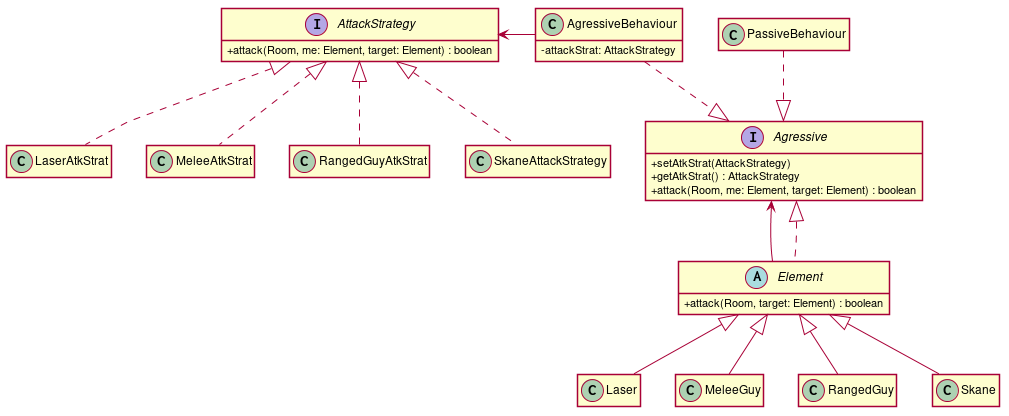
This is docs/uml/attack_strategy.png from JoaoCostaIFG/LPOO, a PlantUML export, as it was before one commit.
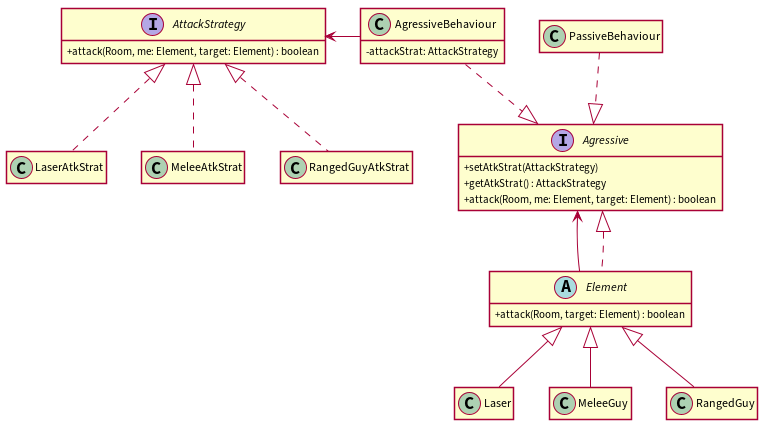
The same diagram one commit later.

What changed in the source:
```diff
@@ -24,7 +24,6 @@
 class Laser {}
 class MeleeGuy {}
 class RangedGuy {}
-class Skane {}
 
 
 interface AttackStrategy {
@@ -34,7 +33,6 @@
 class LaserAtkStrat {}
 class MeleeAtkStrat {}
 class RangedGuyAtkStrat {}
-class SkaneAttackStrategy {}
 
 
 AgressiveBehaviour .down.^ Agressive
@@ -46,12 +44,10 @@
 Laser -up-^ Element
 MeleeGuy -up-^ Element
 RangedGuy -up-^ Element
-Skane -up-^ Element
 
 LaserAtkStrat .up.^ AttackStrategy
 MeleeAtkStrat .up.^ AttackStrategy
 RangedGuyAtkStrat .up.^ AttackStrategy
-SkaneAttackStrategy .up.^ AttackStrategy
 
 AgressiveBehaviour -left-> AttackStrategy
 
```
